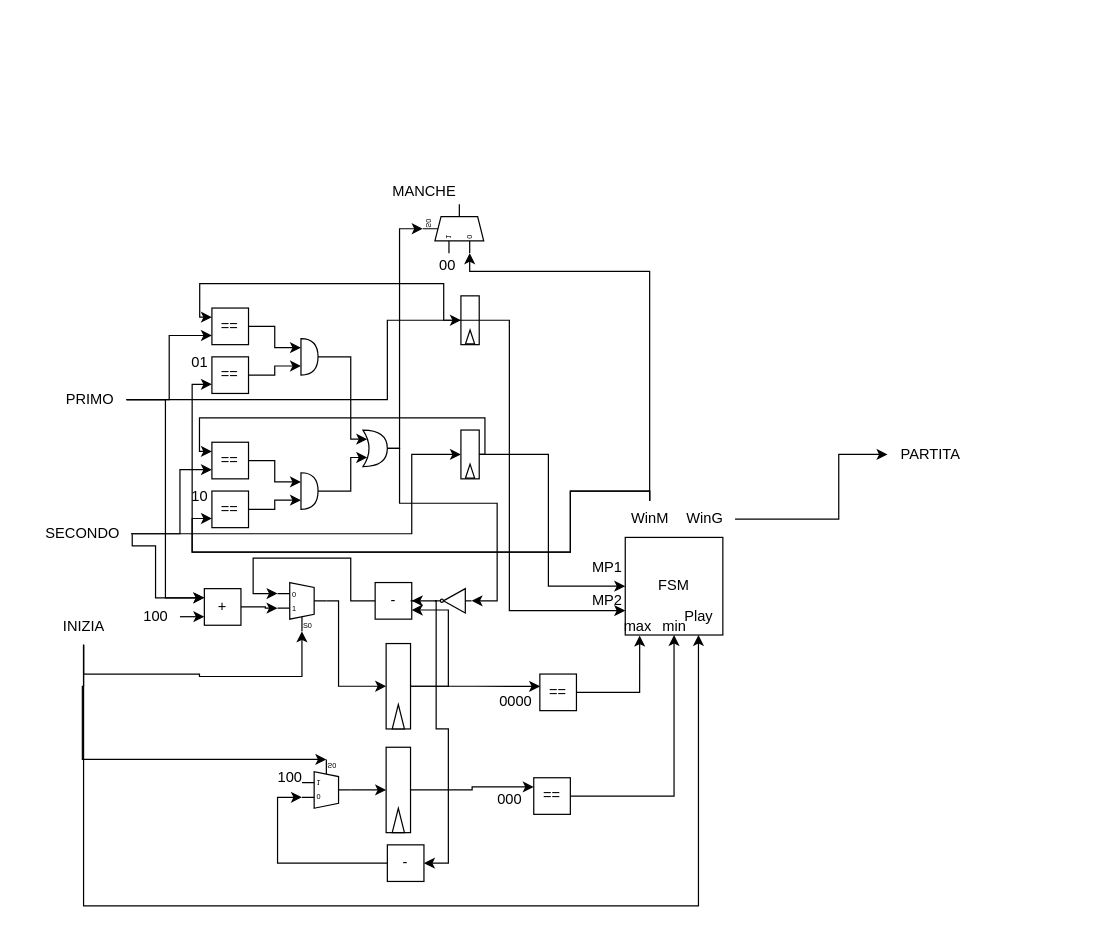
Above: datapath.drawio in simonedimaria/Rock-Paper-Scissors-Verilog (draw.io), before the change. Source tidied: cells renumbered, new cells numbered last; positions are measured from the earlier drawing's top-left corner, leaving out a move shared by most shapes. Both pictures are drawn from the tidied source at 122%, with x=0, y=0 at pixel (33, 173).
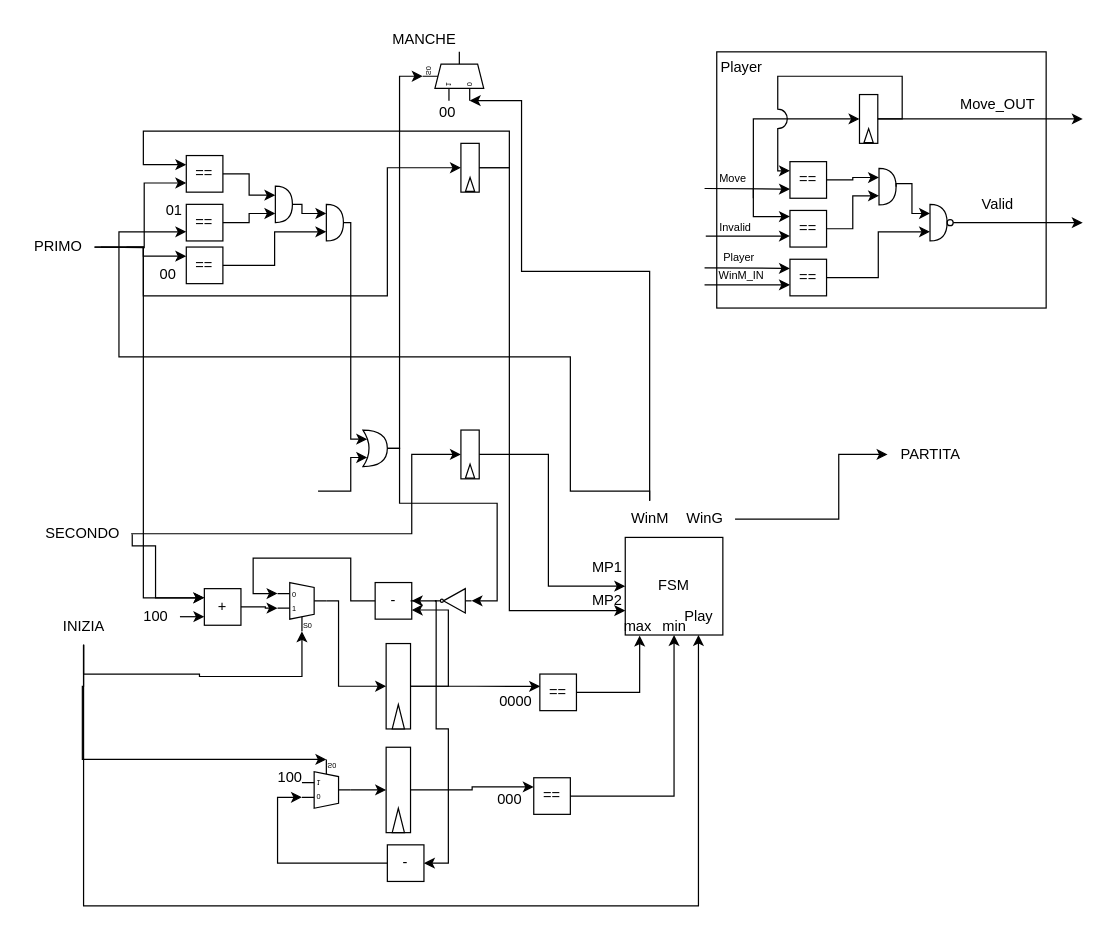
The same diagram, later.

Commit message:
Added player module

Unchanged cells that the change refers to:
```xml
<mxCell id="2" value="FSM" style="whiteSpace=wrap;html=1;" parent="1" vertex="1">
  <mxGeometry x="485" y="298" width="80" height="80" as="geometry" />
</mxCell>
<mxCell id="11" value="+" style="whiteSpace=wrap;html=1;" parent="1" vertex="1">
  <mxGeometry x="140" y="340" width="30" height="30" as="geometry" />
</mxCell>
<mxCell id="15" value="SECONDO" style="text;html=1;align=center;verticalAlign=middle;points=[];strokeColor=none;fillColor=none;" parent="1" vertex="1">
  <mxGeometry y="280" width="80" height="30" as="geometry" />
</mxCell>
<mxCell id="26" style="rounded=0;whiteSpace=wrap;html=1;rotation=-90;" parent="25" vertex="1">
  <mxGeometry x="-12.5" y="12.5" width="40" height="15" as="geometry" />
</mxCell>
<mxCell id="31" value="WinM" style="text;html=1;align=center;verticalAlign=middle;points=[];strokeColor=none;fillColor=none;" parent="1" vertex="1">
  <mxGeometry x="480" y="268" width="50" height="30" as="geometry" />
</mxCell>
<mxCell id="44" style="rounded=0;whiteSpace=wrap;html=1;rotation=-90;" parent="43" vertex="1">
  <mxGeometry x="-12.5" y="12.5" width="40" height="15" as="geometry" />
</mxCell>
<mxCell id="61" style="shape=xor;whiteSpace=wrap;html=1;rotation=0;" parent="1" vertex="1">
  <mxGeometry x="270" y="210" width="20" height="30" as="geometry" />
</mxCell>
```

Diff of the diagram source:
```diff
@@
-    <mxCell id="14" style="edgeStyle=orthogonalEdgeStyle;rounded=0;jettySize=auto;html=1;entryX=0;entryY=0.75;entryDx=0;entryDy=0;" parent="1" edge="1" source="15" target="47">
-      <mxGeometry relative="1" as="geometry">
-        <Array as="points">
-          <mxPoint x="120" y="295" />
-          <mxPoint x="120" y="243" />
-        </Array>
-      </mxGeometry>
-    </mxCell>
@@
     <mxCell id="16" style="edgeStyle=orthogonalEdgeStyle;rounded=0;jettySize=auto;html=1;entryX=0;entryY=0.25;entryDx=0;entryDy=0;" parent="1" edge="1" source="19" target="11">
-      <mxGeometry relative="1" as="geometry" />
+      <mxGeometry relative="1" as="geometry">
+        <Array as="points">
+          <mxPoint x="90" y="60" />
+          <mxPoint x="90" y="348" />
+        </Array>
+      </mxGeometry>
     </mxCell>
-    <mxCell id="17" style="edgeStyle=orthogonalEdgeStyle;rounded=0;jettySize=auto;html=1;entryX=0;entryY=0.75;entryDx=0;entryDy=0;" parent="1" edge="1" source="19" target="33">
-      <mxGeometry relative="1" as="geometry" />
+    <mxCell id="17" style="edgeStyle=orthogonalEdgeStyle;rounded=0;jettySize=auto;html=1;entryX=0;entryY=0.75;entryDx=0;entryDy=0;" parent="1" edge="1" target="33">
+      <mxGeometry relative="1" as="geometry">
+        <mxPoint x="55.2" y="60" as="sourcePoint" />
+      </mxGeometry>
     </mxCell>
-    <mxCell id="18" style="edgeStyle=orthogonalEdgeStyle;rounded=0;jettySize=auto;html=1;entryX=0.5;entryY=0;entryDx=0;entryDy=0;" parent="1" edge="1" source="19" target="26">
+    <mxCell id="18" style="edgeStyle=orthogonalEdgeStyle;rounded=0;jettySize=auto;html=1;entryX=0.5;entryY=0;entryDx=0;entryDy=0;" parent="1" edge="1" target="26">
       <mxGeometry relative="1" as="geometry">
+        <mxPoint x="76.2" y="60" as="sourcePoint" />
         <Array as="points">
-          <mxPoint x="290" y="185" />
-          <mxPoint x="290" y="120" />
+          <mxPoint x="90" y="60" />
+          <mxPoint x="90" y="100" />
+          <mxPoint x="290" y="100" />
+          <mxPoint x="290" y="-5" />
         </Array>
       </mxGeometry>
     </mxCell>
+    <mxCell id="88" style="edgeStyle=orthogonalEdgeStyle;rounded=0;jettySize=auto;html=1;entryX=0;entryY=0.25;entryDx=0;entryDy=0;" parent="1" edge="1" source="19" target="89">
+      <mxGeometry relative="1" as="geometry">
+        <Array as="points">
+          <mxPoint x="90" y="60" />
+          <mxPoint x="90" y="68" />
+        </Array>
+      </mxGeometry>
+    </mxCell>
     <mxCell id="19" value="PRIMO" style="text;html=1;align=center;verticalAlign=middle;points=[];strokeColor=none;fillColor=none;" parent="1" vertex="1">
-      <mxGeometry x="16.2" y="170" width="60" height="30" as="geometry" />
+      <mxGeometry x="-10" y="45" width="60" height="30" as="geometry" />
     </mxCell>
@@
     <mxCell id="25" style="group;" parent="1" vertex="1">
-      <mxGeometry x="350.3" y="100" width="30" height="40" as="geometry" />
+      <mxGeometry x="350.3" y="-25" width="30" height="40" as="geometry" />
     </mxCell>
@@
-    <mxCell id="28" style="edgeStyle=orthogonalEdgeStyle;rounded=0;jettySize=auto;html=1;entryX=0;entryY=0.75;entryDx=0;entryDy=0;" parent="1" edge="1" source="31" target="48">
-      <mxGeometry relative="1" as="geometry">
-        <Array as="points">
-          <mxPoint x="505" y="260" />
-          <mxPoint x="440" y="260" />
-          <mxPoint x="440" y="310" />
-          <mxPoint x="130" y="310" />
-          <mxPoint x="130" y="283" />
-        </Array>
-      </mxGeometry>
-    </mxCell>
     <mxCell id="29" style="edgeStyle=orthogonalEdgeStyle;rounded=0;jettySize=auto;html=1;entryX=0;entryY=0.75;entryDx=0;entryDy=0;" parent="1" edge="1" source="31" target="34">
       <mxGeometry relative="1" as="geometry">
         <Array as="points">
           <mxPoint x="505" y="260" />
           <mxPoint x="440" y="260" />
-          <mxPoint x="440" y="310" />
-          <mxPoint x="130" y="310" />
-          <mxPoint x="130" y="173" />
+          <mxPoint x="440" y="150" />
+          <mxPoint x="70" y="150" />
+          <mxPoint x="70" y="48" />
         </Array>
       </mxGeometry>
     </mxCell>
     <mxCell id="30" style="edgeStyle=orthogonalEdgeStyle;rounded=0;jettySize=auto;html=1;entryX=0;entryY=0.17;entryDx=0;entryDy=3;entryPerimeter=0;" parent="1" edge="1" source="31" target="40">
       <mxGeometry relative="1" as="geometry">
         <Array as="points">
           <mxPoint x="505" y="80" />
-          <mxPoint x="358" y="80" />
+          <mxPoint x="400" y="80" />
+          <mxPoint x="400" y="-60" />
         </Array>
       </mxGeometry>
     </mxCell>
@@
     <mxCell id="32" style="edgeStyle=orthogonalEdgeStyle;rounded=0;jettySize=auto;html=1;entryX=0;entryY=0.25;entryDx=0;entryDy=0;exitX=0.5;exitY=1;exitDx=0;exitDy=0;" parent="1" edge="1" source="26" target="33">
       <mxGeometry relative="1" as="geometry">
         <Array as="points">
-          <mxPoint x="336.2" y="120" />
-          <mxPoint x="336.2" y="90" />
-          <mxPoint x="136.2" y="90" />
-          <mxPoint x="136.2" y="118" />
+          <mxPoint x="390" y="-5" />
+          <mxPoint x="390" y="-35" />
+          <mxPoint x="90" y="-35" />
+          <mxPoint x="90" y="-7" />
         </Array>
       </mxGeometry>
     </mxCell>
     <mxCell id="33" value="==" style="whiteSpace=wrap;html=1;" parent="1" vertex="1">
-      <mxGeometry x="146.2" y="110" width="30" height="30" as="geometry" />
+      <mxGeometry x="125.2" y="-15" width="30" height="30" as="geometry" />
     </mxCell>
     <mxCell id="34" value="==" style="whiteSpace=wrap;html=1;" parent="1" vertex="1">
-      <mxGeometry x="146.2" y="150" width="30" height="30" as="geometry" />
+      <mxGeometry x="125.2" y="25" width="30" height="30" as="geometry" />
     </mxCell>
     <mxCell id="35" value="01&lt;br&gt;" style="text;html=1;align=center;verticalAlign=middle;strokeColor=none;fillColor=none;" parent="1" vertex="1">
-      <mxGeometry x="116.2" y="140" width="40" height="30" as="geometry" />
+      <mxGeometry x="95.2" y="15" width="40" height="30" as="geometry" />
     </mxCell>
     <mxCell id="36" style="shape=or;whiteSpace=wrap;html=1;" parent="1" vertex="1">
-      <mxGeometry x="219.2" y="135" width="14" height="30" as="geometry" />
+      <mxGeometry x="198.2" y="10" width="14" height="30" as="geometry" />
     </mxCell>
@@
     <mxCell id="39" value="MANCHE" style="text;html=1;align=center;verticalAlign=middle;strokeColor=none;fillColor=none;" parent="1" vertex="1">
-      <mxGeometry x="280" width="80" height="30" as="geometry" />
+      <mxGeometry x="280" y="-125" width="80" height="30" as="geometry" />
     </mxCell>
     <mxCell id="40" style="shadow=0;dashed=0;align=center;html=1;strokeWidth=1;shape=mxgraph.electrical.abstract.mux2;whiteSpace=wrap;rotation=-90;flipH=0;flipV=1;" parent="1" vertex="1">
-      <mxGeometry x="324" y="20" width="40" height="50" as="geometry" />
+      <mxGeometry x="324" y="-105" width="40" height="50" as="geometry" />
     </mxCell>
     <mxCell id="41" value="00" style="text;html=1;align=center;verticalAlign=middle;strokeColor=none;fillColor=none;" parent="1" vertex="1">
-      <mxGeometry x="319" y="60" width="40" height="30" as="geometry" />
+      <mxGeometry x="319" y="-65" width="40" height="30" as="geometry" />
     </mxCell>
     <mxCell id="42" style="edgeStyle=orthogonalEdgeStyle;rounded=0;jettySize=auto;html=1;entryX=0;entryY=0.75;entryDx=0;entryDy=0;" parent="1" edge="1" source="26" target="2">
       <mxGeometry relative="1" as="geometry">
         <Array as="points">
-          <mxPoint x="390" y="120" />
+          <mxPoint x="390" y="-5" />
           <mxPoint x="390" y="358" />
         </Array>
       </mxGeometry>
     </mxCell>
@@
-    <mxCell id="46" style="edgeStyle=orthogonalEdgeStyle;rounded=0;jettySize=auto;html=1;entryX=0;entryY=0.25;entryDx=0;entryDy=0;exitX=0.5;exitY=1;exitDx=0;exitDy=0;" parent="1" edge="1" source="44" target="47">
-      <mxGeometry relative="1" as="geometry">
-        <Array as="points">
-          <mxPoint x="370" y="230" />
-          <mxPoint x="370" y="200" />
-          <mxPoint x="136" y="200" />
-          <mxPoint x="136" y="228" />
-        </Array>
-      </mxGeometry>
-    </mxCell>
-    <mxCell id="47" value="==" style="whiteSpace=wrap;html=1;" parent="1" vertex="1">
-      <mxGeometry x="146.2" y="220" width="30" height="30" as="geometry" />
-    </mxCell>
-    <mxCell id="48" value="==" style="whiteSpace=wrap;html=1;" parent="1" vertex="1">
-      <mxGeometry x="146.2" y="260" width="30" height="30" as="geometry" />
-    </mxCell>
-    <mxCell id="49" value="10" style="text;html=1;align=center;verticalAlign=middle;strokeColor=none;fillColor=none;" parent="1" vertex="1">
-      <mxGeometry x="116.2" y="250" width="40" height="30" as="geometry" />
-    </mxCell>
-    <mxCell id="50" style="edgeStyle=orthogonalEdgeStyle;rounded=0;jettySize=auto;html=1;entryX=0.175;entryY=0.75;entryDx=0;entryDy=0;entryPerimeter=0;" parent="1" edge="1" source="51" target="61">
+    <mxCell id="50" style="edgeStyle=orthogonalEdgeStyle;rounded=0;jettySize=auto;html=1;entryX=0.175;entryY=0.75;entryDx=0;entryDy=0;entryPerimeter=0;" parent="1" edge="1" target="61">
       <mxGeometry relative="1" as="geometry">
+        <mxPoint x="233.2" y="260" as="sourcePoint" />
         <Array as="points">
           <mxPoint x="260" y="260" />
           <mxPoint x="260" y="233" />
         </Array>
       </mxGeometry>
     </mxCell>
-    <mxCell id="51" style="shape=or;whiteSpace=wrap;html=1;" parent="1" vertex="1">
-      <mxGeometry x="219.2" y="245" width="14" height="30" as="geometry" />
-    </mxCell>
-    <mxCell id="52" style="edgeStyle=orthogonalEdgeStyle;rounded=0;jettySize=auto;html=1;entryX=0;entryY=0.25;entryDx=0;entryDy=0;entryPerimeter=0;" parent="1" edge="1" source="47" target="51">
-      <mxGeometry relative="1" as="geometry" />
-    </mxCell>
-    <mxCell id="53" style="edgeStyle=orthogonalEdgeStyle;rounded=0;jettySize=auto;html=1;entryX=0;entryY=0.75;entryDx=0;entryDy=0;entryPerimeter=0;" parent="1" edge="1" source="48" target="51">
-      <mxGeometry relative="1" as="geometry" />
-    </mxCell>
@@
-    <mxCell id="55" style="edgeStyle=orthogonalEdgeStyle;rounded=0;jettySize=auto;html=1;entryX=0.175;entryY=0.25;entryDx=0;entryDy=0;entryPerimeter=0;" parent="1" edge="1" source="36" target="61">
+    <mxCell id="55" style="edgeStyle=orthogonalEdgeStyle;rounded=0;jettySize=auto;html=1;entryX=0.175;entryY=0.25;entryDx=0;entryDy=0;entryPerimeter=0;exitX=1;exitY=0.5;exitDx=0;exitDy=0;exitPerimeter=0;" parent="1" edge="1" source="90" target="61">
       <mxGeometry relative="1" as="geometry">
         <Array as="points">
-          <mxPoint x="260" y="150" />
           <mxPoint x="260" y="218" />
         </Array>
       </mxGeometry>
     </mxCell>
     <mxCell id="56" style="edgeStyle=orthogonalEdgeStyle;rounded=0;jettySize=auto;html=1;entryX=0.25;entryY=1;entryDx=10;entryDy=0;entryPerimeter=0;exitX=1;exitY=0.5;exitDx=0;exitDy=0;exitPerimeter=0;" parent="1" edge="1" source="61" target="40">
       <mxGeometry relative="1" as="geometry">
         <Array as="points">
           <mxPoint x="300" y="225" />
-          <mxPoint x="300" y="45" />
+          <mxPoint x="300" y="-80" />
         </Array>
       </mxGeometry>
     </mxCell>
@@
+    <mxCell id="89" value="==" style="whiteSpace=wrap;html=1;" parent="1" vertex="1">
+      <mxGeometry x="125.2" y="60" width="30" height="30" as="geometry" />
+    </mxCell>
+    <mxCell id="90" style="shape=or;whiteSpace=wrap;html=1;" parent="1" vertex="1">
+      <mxGeometry x="240" y="25" width="14" height="30" as="geometry" />
+    </mxCell>
+    <mxCell id="91" style="edgeStyle=orthogonalEdgeStyle;rounded=0;jettySize=auto;html=1;entryX=0;entryY=0.75;entryDx=0;entryDy=0;entryPerimeter=0;" parent="1" edge="1" source="89" target="90">
+      <mxGeometry relative="1" as="geometry" />
+    </mxCell>
+    <mxCell id="92" style="edgeStyle=orthogonalEdgeStyle;rounded=0;jettySize=auto;html=1;exitX=1;exitY=0.5;exitDx=0;exitDy=0;exitPerimeter=0;entryX=0;entryY=0.25;entryDx=0;entryDy=0;entryPerimeter=0;" parent="1" edge="1" source="36" target="90">
+      <mxGeometry relative="1" as="geometry">
+        <Array as="points">
+          <mxPoint x="220" y="25" />
+          <mxPoint x="220" y="33" />
+        </Array>
+      </mxGeometry>
+    </mxCell>
+    <mxCell id="93" value="00" style="text;html=1;align=center;verticalAlign=middle;strokeColor=none;fillColor=none;" parent="1" vertex="1">
+      <mxGeometry x="90" y="68" width="40" height="30" as="geometry" />
+    </mxCell>
+    <mxCell id="94" style="group;" parent="1" vertex="1">
+      <mxGeometry x="550" y="-100" width="310" height="210" as="geometry" />
+    </mxCell>
+    <mxCell id="95" style="rounded=0;whiteSpace=wrap;html=1;align=center;verticalAlign=middle;fontFamily=Helvetica;fontSize=12;fontColor=default;fillColor=none;gradientColor=none;" parent="94" vertex="1">
+      <mxGeometry x="10" width="270" height="210" as="geometry" />
+    </mxCell>
+    <mxCell id="96" value="&lt;font style=&quot;font-size: 9px;&quot;&gt;WinM_IN&lt;/font&gt;" style="text;html=1;align=center;verticalAlign=middle;strokeColor=none;fillColor=none;" parent="94" vertex="1">
+      <mxGeometry y="168" width="60" height="30" as="geometry" />
+    </mxCell>
+    <mxCell id="97" value="&lt;font style=&quot;font-size: 9px;&quot;&gt;Player&lt;/font&gt;" style="text;html=1;align=center;verticalAlign=middle;strokeColor=none;fillColor=none;" parent="94" vertex="1">
+      <mxGeometry x="10" y="160" width="35" height="15" as="geometry" />
+    </mxCell>
+    <mxCell id="98" value="==" style="whiteSpace=wrap;html=1;" parent="94" vertex="1">
+      <mxGeometry x="70" y="90" width="30" height="30" as="geometry" />
+    </mxCell>
+    <mxCell id="99" value="==" style="whiteSpace=wrap;html=1;" parent="94" vertex="1">
+      <mxGeometry x="70" y="130" width="30" height="30" as="geometry" />
+    </mxCell>
+    <mxCell id="100" style="shape=or;whiteSpace=wrap;html=1;" parent="94" vertex="1">
+      <mxGeometry x="143" y="95.5" width="14" height="30" as="geometry" />
+    </mxCell>
+    <mxCell id="101" style="edgeStyle=orthogonalEdgeStyle;rounded=0;jettySize=auto;html=1;entryX=0;entryY=0.25;entryDx=0;entryDy=0;entryPerimeter=0;" parent="94" edge="1" source="98" target="100">
+      <mxGeometry relative="1" as="geometry" />
+    </mxCell>
+    <mxCell id="102" style="edgeStyle=orthogonalEdgeStyle;rounded=0;jettySize=auto;html=1;entryX=0;entryY=0.75;entryDx=0;entryDy=0;entryPerimeter=0;" parent="94" edge="1" source="99" target="100">
+      <mxGeometry relative="1" as="geometry" />
+    </mxCell>
+    <mxCell id="103" value="==" style="whiteSpace=wrap;html=1;" parent="94" vertex="1">
+      <mxGeometry x="70" y="170" width="30" height="30" as="geometry" />
+    </mxCell>
+    <mxCell id="104" style="edgeStyle=orthogonalEdgeStyle;rounded=0;jettySize=auto;html=1;fontFamily=Helvetica;fontSize=12;fontColor=default;" parent="94" edge="1" source="123">
+      <mxGeometry relative="1" as="geometry">
+        <mxPoint x="310" y="140" as="targetPoint" />
+      </mxGeometry>
+    </mxCell>
+    <mxCell id="105" style="shape=or;whiteSpace=wrap;html=1;" parent="94" vertex="1">
+      <mxGeometry x="184.8" y="125" width="14" height="30" as="geometry" />
+    </mxCell>
+    <mxCell id="106" style="edgeStyle=orthogonalEdgeStyle;rounded=0;jettySize=auto;html=1;entryX=0;entryY=0.75;entryDx=0;entryDy=0;entryPerimeter=0;" parent="94" edge="1" source="103" target="105">
+      <mxGeometry relative="1" as="geometry" />
+    </mxCell>
+    <mxCell id="107" style="group;" parent="94" vertex="1">
+      <mxGeometry x="127" y="35" width="30" height="40" as="geometry" />
+    </mxCell>
+    <mxCell id="108" style="edgeStyle=orthogonalEdgeStyle;rounded=0;jettySize=auto;html=1;fontFamily=Helvetica;fontSize=12;fontColor=default;entryX=0.5;entryY=0;entryDx=0;entryDy=0;jumpStyle=arc;jumpSize=16;" parent="107" edge="1" target="110">
+      <mxGeometry relative="1" as="geometry">
+        <mxPoint x="-87" y="85" as="sourcePoint" />
+        <Array as="points">
+          <mxPoint x="-87" y="20" />
+        </Array>
+      </mxGeometry>
+    </mxCell>
+    <mxCell id="109" style="edgeStyle=orthogonalEdgeStyle;rounded=0;jettySize=auto;html=1;fontFamily=Helvetica;fontSize=12;fontColor=default;" parent="107" edge="1" source="110">
+      <mxGeometry relative="1" as="geometry">
+        <mxPoint x="183" y="20" as="targetPoint" />
+      </mxGeometry>
+    </mxCell>
+    <mxCell id="110" style="rounded=0;whiteSpace=wrap;html=1;rotation=-90;" parent="107" vertex="1">
+      <mxGeometry x="-12.5" y="12.5" width="40" height="15" as="geometry" />
+    </mxCell>
+    <mxCell id="111" style="triangle;whiteSpace=wrap;html=1;rotation=-90;" parent="107" vertex="1">
+      <mxGeometry x="1.8" y="29.9" width="11.4" height="7.5" as="geometry" />
+    </mxCell>
+    <mxCell id="112" style="edgeStyle=orthogonalEdgeStyle;rounded=0;jettySize=auto;html=1;entryX=0;entryY=0.25;entryDx=0;entryDy=0;endArrow=classic;endFill=1;jumpStyle=arc;jumpSize=16;" parent="94" edge="1" source="110" target="98">
+      <mxGeometry relative="1" as="geometry">
+        <Array as="points">
+          <mxPoint x="162" y="55" />
+          <mxPoint x="162" y="20" />
+          <mxPoint x="60" y="20" />
+          <mxPoint x="60" y="98" />
+        </Array>
+      </mxGeometry>
+    </mxCell>
+    <mxCell id="113" style="edgeStyle=orthogonalEdgeStyle;rounded=0;jettySize=auto;html=1;entryX=0;entryY=0.75;entryDx=0;entryDy=0;" parent="94" edge="1" target="98">
+      <mxGeometry relative="1" as="geometry">
+        <mxPoint y="112" as="sourcePoint" />
+      </mxGeometry>
+    </mxCell>
+    <mxCell id="114" style="edgeStyle=orthogonalEdgeStyle;rounded=0;jettySize=auto;html=1;exitX=1;exitY=0.5;exitDx=0;exitDy=0;exitPerimeter=0;entryX=0;entryY=0.25;entryDx=0;entryDy=0;entryPerimeter=0;" parent="94" edge="1" source="100" target="105">
+      <mxGeometry relative="1" as="geometry">
+        <Array as="points">
+          <mxPoint x="170" y="108" />
+          <mxPoint x="170" y="132" />
+        </Array>
+      </mxGeometry>
+    </mxCell>
+    <mxCell id="115" value="&lt;font style=&quot;font-size: 9px;&quot;&gt;Move&lt;/font&gt;" style="text;html=1;align=center;verticalAlign=middle;strokeColor=none;fillColor=none;" parent="94" vertex="1">
+      <mxGeometry x="10" y="95.5" width="25" height="15" as="geometry" />
+    </mxCell>
+    <mxCell id="116" style="edgeStyle=orthogonalEdgeStyle;rounded=0;jettySize=auto;html=1;entryX=0;entryY=0.25;entryDx=0;entryDy=0;" parent="94" edge="1" target="103">
+      <mxGeometry relative="1" as="geometry">
+        <mxPoint y="177" as="sourcePoint" />
+      </mxGeometry>
+    </mxCell>
+    <mxCell id="117" style="edgeStyle=orthogonalEdgeStyle;rounded=0;orthogonalLoop=1;jettySize=auto;html=1;entryX=0;entryY=0.25;entryDx=0;entryDy=0;" parent="94" edge="1">
+      <mxGeometry relative="1" as="geometry">
+        <mxPoint y="191" as="sourcePoint" />
+        <mxPoint x="70" y="191" as="targetPoint" />
+      </mxGeometry>
+    </mxCell>
+    <mxCell id="118" value="&lt;font style=&quot;font-size: 9px;&quot;&gt;Invalid&lt;/font&gt;" style="text;html=1;align=center;verticalAlign=middle;strokeColor=none;fillColor=none;" parent="94" vertex="1">
+      <mxGeometry y="128" width="50" height="30" as="geometry" />
+    </mxCell>
+    <mxCell id="119" style="edgeStyle=orthogonalEdgeStyle;rounded=0;orthogonalLoop=1;jettySize=auto;html=1;entryX=0;entryY=0.25;entryDx=0;entryDy=0;" parent="94" edge="1">
+      <mxGeometry relative="1" as="geometry">
+        <mxPoint x="1" y="151" as="sourcePoint" />
+        <mxPoint x="70" y="151" as="targetPoint" />
+      </mxGeometry>
+    </mxCell>
+    <mxCell id="120" style="edgeStyle=orthogonalEdgeStyle;rounded=0;orthogonalLoop=1;jettySize=auto;html=1;entryX=0;entryY=0.25;entryDx=0;entryDy=0;" parent="94" edge="1">
+      <mxGeometry relative="1" as="geometry">
+        <mxPoint x="40" y="112" as="sourcePoint" />
+        <mxPoint x="70" y="135" as="targetPoint" />
+        <Array as="points">
+          <mxPoint x="50" y="135" />
+          <mxPoint x="50" y="135" />
+        </Array>
+      </mxGeometry>
+    </mxCell>
+    <mxCell id="121" value="Move_OUT" style="text;html=1;align=center;verticalAlign=middle;strokeColor=none;fillColor=none;fontSize=12;fontFamily=Helvetica;fontColor=default;" parent="94" vertex="1">
+      <mxGeometry x="200" y="28" width="80" height="30" as="geometry" />
+    </mxCell>
+    <mxCell id="122" value="Valid" style="text;html=1;align=center;verticalAlign=middle;strokeColor=none;fillColor=none;fontSize=12;fontFamily=Helvetica;fontColor=default;" parent="94" vertex="1">
+      <mxGeometry x="215" y="110" width="50" height="30" as="geometry" />
+    </mxCell>
+    <mxCell id="123" style="ellipse;whiteSpace=wrap;html=1;align=center;verticalAlign=middle;fontFamily=Helvetica;fontSize=12;fontColor=default;fillColor=none;gradientColor=none;" parent="94" vertex="1">
+      <mxGeometry x="198.8" y="137.5" width="5" height="5" as="geometry" />
+    </mxCell>
+    <mxCell id="124" value="Player" style="text;html=1;align=center;verticalAlign=middle;strokeColor=none;fillColor=none;fontSize=12;fontFamily=Helvetica;fontColor=default;" parent="94" vertex="1">
+      <mxGeometry y="-2" width="60" height="30" as="geometry" />
+    </mxCell>
```
